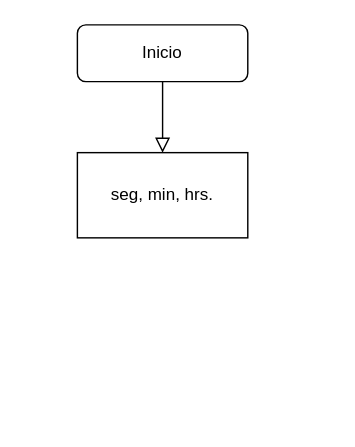
LFernandoTS/proyectodemo keeps this draw.io diagram as Untitled Diagram.drawio. Above is the earlier version. Source tidied: cells renumbered, new cells numbered last; positions are measured from the earlier drawing's top-left corner, leaving out a move shared by most shapes. Both pictures are drawn from the tidied source at 142%, with x=0, y=0 at pixel (77, 24).
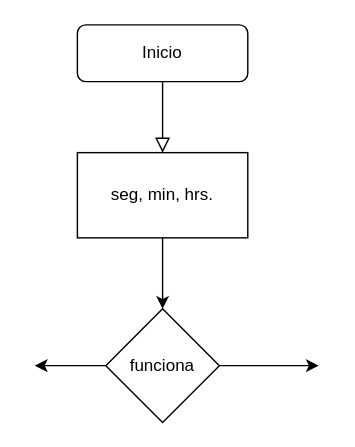
Above is the later version.

Change to the diagram source:
```diff
@@
 <mxGraphModel>
   <root>
     <mxCell id="0" />
     <mxCell id="1" parent="0" />
     <mxCell id="2" style="rounded=0;html=1;jettySize=auto;fontSize=11;endArrow=block;endFill=0;endSize=8;strokeWidth=1;shadow=0;labelBackgroundColor=none;edgeStyle=orthogonalEdgeStyle;entryX=0.5;entryY=0;entryDx=0;entryDy=0;" parent="1" edge="1" source="3" target="4">
       <mxGeometry relative="1" as="geometry" />
     </mxCell>
     <mxCell id="3" value="Inicio" style="rounded=1;whiteSpace=wrap;html=1;fontSize=12;glass=0;strokeWidth=1;shadow=0;" parent="1" vertex="1">
       <mxGeometry width="120" height="40" as="geometry" />
     </mxCell>
     <mxCell id="4" value="seg, min, hrs." style="rounded=0;whiteSpace=wrap;html=1;" parent="1" vertex="1">
       <mxGeometry y="90" width="120" height="60" as="geometry" />
     </mxCell>
+    <mxCell id="5" value="funciona" style="rhombus;whiteSpace=wrap;html=1;" parent="1" vertex="1">
+      <mxGeometry x="20" y="200" width="80" height="80" as="geometry" />
+    </mxCell>
+    <mxCell id="6" style="endArrow=classic;html=1;rounded=0;exitX=0.5;exitY=1;exitDx=0;exitDy=0;entryX=0.5;entryY=0;entryDx=0;entryDy=0;" parent="1" edge="1" source="4" target="5">
+      <mxGeometry relative="1" as="geometry" />
+    </mxCell>
+    <mxCell id="7" style="endArrow=classic;html=1;rounded=0;exitX=1;exitY=0.5;exitDx=0;exitDy=0;" parent="1" edge="1" source="5">
+      <mxGeometry relative="1" as="geometry">
+        <mxPoint x="170" y="240" as="targetPoint" />
+      </mxGeometry>
+    </mxCell>
+    <mxCell id="8" style="endArrow=classic;html=1;rounded=0;exitX=0;exitY=0.5;exitDx=0;exitDy=0;" parent="1" edge="1" source="5">
+      <mxGeometry relative="1" as="geometry">
+        <mxPoint x="-30" y="240" as="targetPoint" />
+      </mxGeometry>
+    </mxCell>
   </root>
 </mxGraphModel>
```
